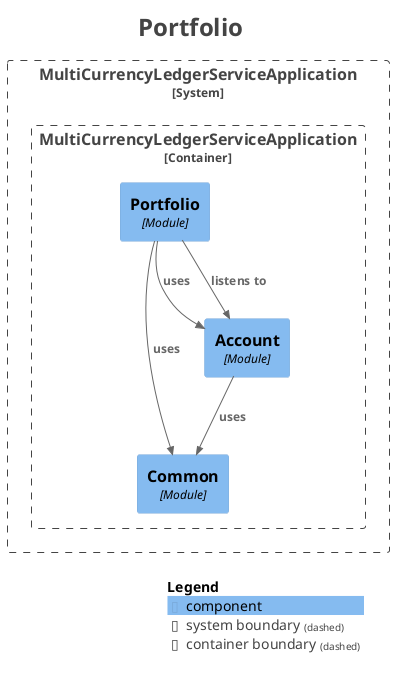
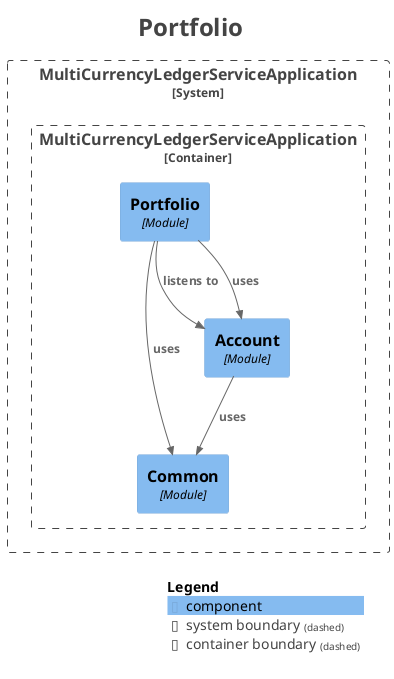
@startuml
title <size:24>Portfolio</size>

set separator none
top to bottom direction

<style>
  root {
    BackgroundColor: #ffffff
    FontColor: #444444
  }
</style>

!include <C4/C4>
!include <C4/C4_Context>
!include <C4/C4_Component>

System_Boundary("MultiCurrencyLedgerServiceApplication_boundary", "MultiCurrencyLedgerServiceApplication", $tags="") {
  Container_Boundary("MultiCurrencyLedgerServiceApplication.MultiCurrencyLedgerServiceApplication_boundary", "MultiCurrencyLedgerServiceApplication", $tags="") {
    Component(MultiCurrencyLedgerServiceApplication.MultiCurrencyLedgerServiceApplication.Common, "Common", $techn="Module", $descr="", $tags="", $link="")
    Component(MultiCurrencyLedgerServiceApplication.MultiCurrencyLedgerServiceApplication.Account, "Account", $techn="Module", $descr="", $tags="", $link="")
    Component(MultiCurrencyLedgerServiceApplication.MultiCurrencyLedgerServiceApplication.Portfolio, "Portfolio", $techn="Module", $descr="", $tags="", $link="")
  }

}

+ Rel(MultiCurrencyLedgerServiceApplication.MultiCurrencyLedgerServiceApplication.Portfolio, MultiCurrencyLedgerServiceApplication.MultiCurrencyLedgerServiceApplication.Account, "listens to", $techn="", $tags="", $link="")
Rel(MultiCurrencyLedgerServiceApplication.MultiCurrencyLedgerServiceApplication.Portfolio, MultiCurrencyLedgerServiceApplication.MultiCurrencyLedgerServiceApplication.Common, "uses", $techn="", $tags="", $link="")
Rel(MultiCurrencyLedgerServiceApplication.MultiCurrencyLedgerServiceApplication.Portfolio, MultiCurrencyLedgerServiceApplication.MultiCurrencyLedgerServiceApplication.Account, "uses", $techn="", $tags="", $link="")
Rel(MultiCurrencyLedgerServiceApplication.MultiCurrencyLedgerServiceApplication.Account, MultiCurrencyLedgerServiceApplication.MultiCurrencyLedgerServiceApplication.Common, "uses", $techn="", $tags="", $link="")
- Rel(MultiCurrencyLedgerServiceApplication.MultiCurrencyLedgerServiceApplication.Portfolio, MultiCurrencyLedgerServiceApplication.MultiCurrencyLedgerServiceApplication.Account, "listens to", $techn="", $tags="", $link="")

SHOW_LEGEND(true)
hide stereotypes
@enduml